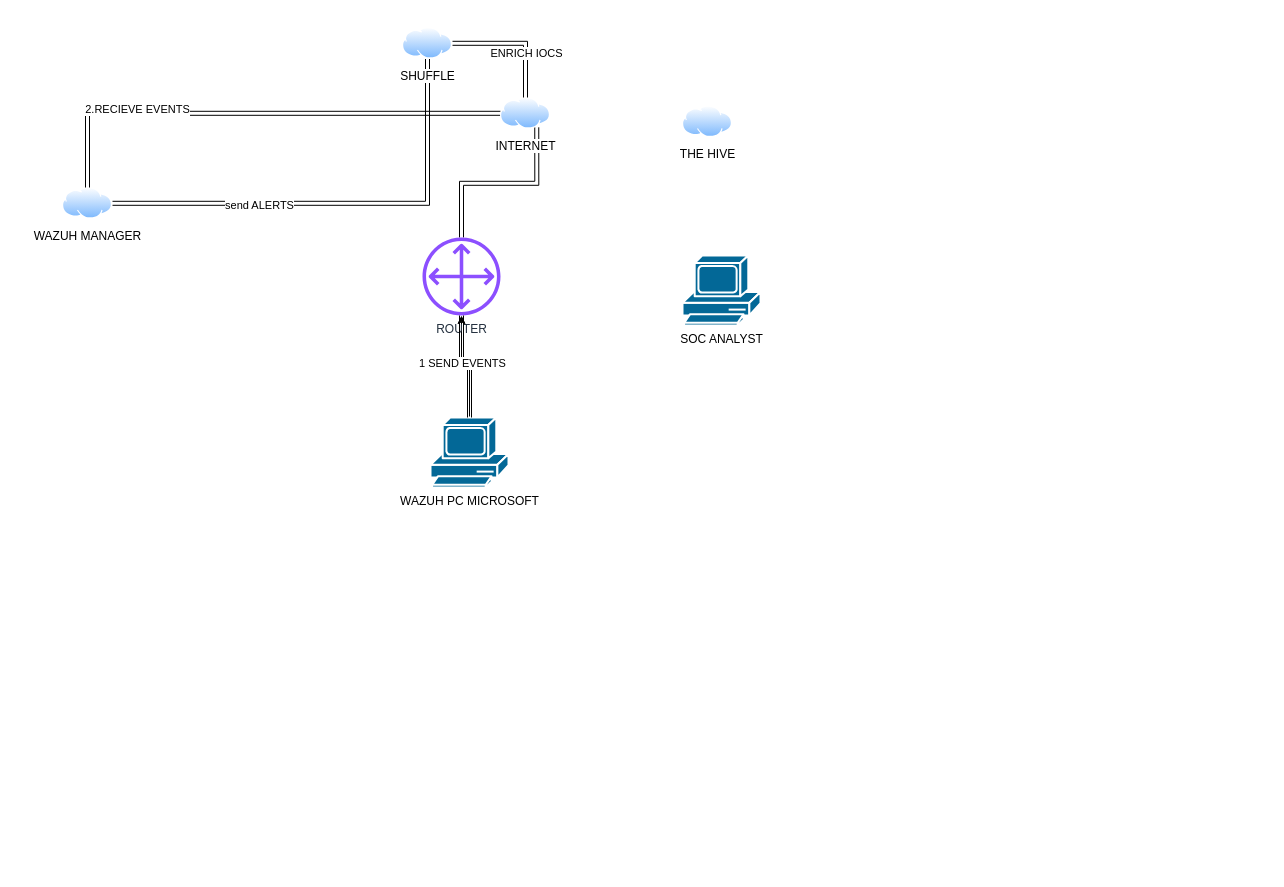
The draw.io diagram HOMELAB.drawio in Seniorcaptain/Detection-lab, before the edit. Source tidied: cells renumbered, new cells numbered last; positions are measured from the earlier drawing's top-left corner, leaving out a move shared by most shapes. Both pictures are drawn from the tidied source at 100%, with x=0, y=0 at pixel (62, 27).
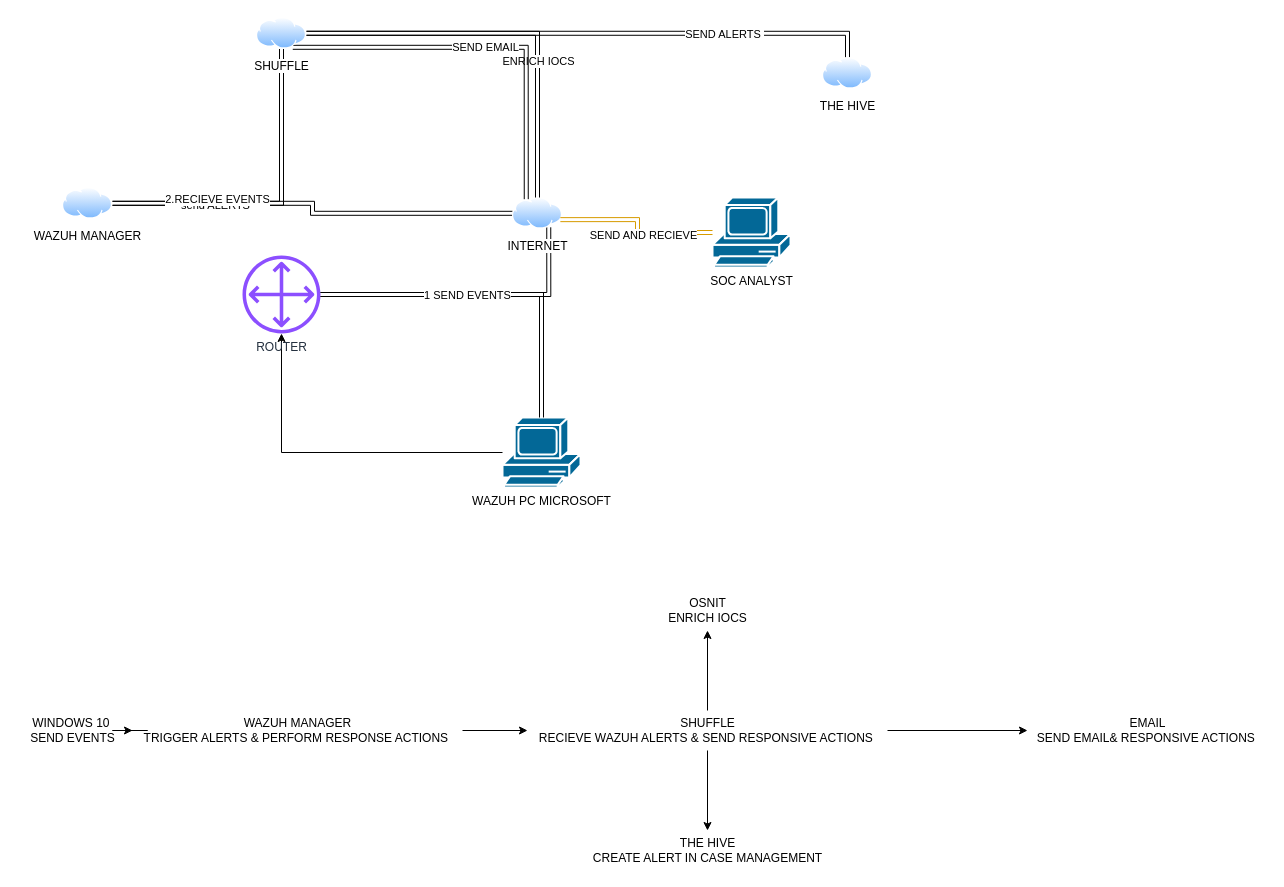
Above is the later version.

The change refers to these unchanged cells:
```xml
<mxCell id="8" value="WAZUH MANAGER" style="image;perimeter=ellipsePerimeter;html=1;align=center;shadow=0;dashed=0;spacingTop=3;image=img/lib/active_directory/internet_cloud.svg;" parent="1" vertex="1">
  <mxGeometry y="160" width="50" height="31.5" as="geometry" />
</mxCell>
```

Diff of the diagram source:
```diff
@@
     <mxCell id="3" value="WAZUH PC MICROSOFT&lt;div&gt;&lt;br&gt;&lt;/div&gt;" style="shape=mxgraph.cisco.computers_and_peripherals.pc;html=1;dashed=0;fillColor=#036897;strokeColor=#ffffff;strokeWidth=2;verticalLabelPosition=bottom;verticalAlign=top;align=center;outlineConnect=0;" parent="1" vertex="1">
-      <mxGeometry x="368" y="390" width="78" height="70" as="geometry" />
+      <mxGeometry x="440" y="390" width="78" height="70" as="geometry" />
     </mxCell>
@@
     <mxCell id="5" value="ROUTER" style="sketch=0;outlineConnect=0;fontColor=#232F3E;gradientColor=none;fillColor=#8C4FFF;strokeColor=none;dashed=0;verticalLabelPosition=bottom;verticalAlign=top;align=center;html=1;fontSize=12;fontStyle=0;shape=mxgraph.aws4.customer_gateway;" parent="1" vertex="1">
-      <mxGeometry x="360" y="210" width="78" height="78" as="geometry" />
+      <mxGeometry x="180" y="228" width="78" height="78" as="geometry" />
     </mxCell>
-    <mxCell id="6" style="edgeStyle=orthogonalEdgeStyle;rounded=0;jettySize=auto;html=1;shape=link;" parent="1" edge="1" source="8" target="14">
+    <mxCell id="6" style="edgeStyle=orthogonalEdgeStyle;rounded=0;jettySize=auto;html=1;shape=link;entryX=0.5;entryY=1;entryDx=0;entryDy=0;" parent="1" edge="1" source="8" target="14">
       <mxGeometry relative="1" as="geometry" />
     </mxCell>
@@
     <mxCell id="11" value="INTERNET" style="image;perimeter=ellipsePerimeter;html=1;align=center;shadow=0;dashed=0;spacingTop=3;image=img/lib/active_directory/internet_cloud.svg;" parent="1" vertex="1">
-      <mxGeometry x="438" y="70" width="50" height="31.5" as="geometry" />
+      <mxGeometry x="450" y="170" width="50" height="31.5" as="geometry" />
     </mxCell>
@@
+    <mxCell id="19" style="edgeStyle=orthogonalEdgeStyle;rounded=0;jettySize=auto;html=1;exitX=1;exitY=0.5;exitDx=0;exitDy=0;shape=link;" parent="1" edge="1" source="14" target="15">
+      <mxGeometry relative="1" as="geometry" />
+    </mxCell>
+    <mxCell id="20" value="SEND ALERTS&amp;nbsp;" style="edgeLabel;html=1;align=center;verticalAlign=middle;" parent="19" vertex="1">
+      <mxGeometry x="0.48" y="-1" relative="1" as="geometry" />
+    </mxCell>
+    <mxCell id="21" value="SEND EMAIL" style="edgeStyle=orthogonalEdgeStyle;rounded=0;jettySize=auto;html=1;exitX=0.75;exitY=1;exitDx=0;exitDy=0;entryX=0.25;entryY=0;entryDx=0;entryDy=0;shape=link;" parent="1" edge="1" source="14" target="11">
+      <mxGeometry relative="1" as="geometry" />
+    </mxCell>
     <mxCell id="14" value="SHUFFLE" style="image;perimeter=ellipsePerimeter;html=1;align=center;shadow=0;dashed=0;spacingTop=3;image=img/lib/active_directory/internet_cloud.svg;" parent="1" vertex="1">
-      <mxGeometry x="340" width="50" height="31.5" as="geometry" />
+      <mxGeometry x="194" y="-10" width="50" height="31.5" as="geometry" />
     </mxCell>
     <mxCell id="15" value="THE HIVE" style="image;perimeter=ellipsePerimeter;html=1;align=center;shadow=0;dashed=0;spacingTop=3;image=img/lib/active_directory/internet_cloud.svg;" parent="1" vertex="1">
-      <mxGeometry x="620" y="78.5" width="50" height="31.5" as="geometry" />
+      <mxGeometry x="760" y="30" width="50" height="31.5" as="geometry" />
     </mxCell>
+    <mxCell id="22" style="edgeStyle=orthogonalEdgeStyle;rounded=0;jettySize=auto;html=1;entryX=1;entryY=0.75;entryDx=0;entryDy=0;shape=link;fillColor=#ffe6cc;strokeColor=#d79b00;" parent="1" edge="1" source="16" target="11">
+      <mxGeometry relative="1" as="geometry" />
+    </mxCell>
+    <mxCell id="23" value="SEND AND RECIEVE" style="edgeLabel;html=1;align=center;verticalAlign=middle;" parent="22" vertex="1">
+      <mxGeometry x="-0.15" y="2" relative="1" as="geometry" />
+    </mxCell>
     <mxCell id="16" value="&lt;div&gt;SOC ANALYST&lt;/div&gt;" style="shape=mxgraph.cisco.computers_and_peripherals.pc;html=1;dashed=0;fillColor=#036897;strokeColor=#ffffff;strokeWidth=2;verticalLabelPosition=bottom;verticalAlign=top;align=center;outlineConnect=0;" parent="1" vertex="1">
-      <mxGeometry x="620" y="228" width="78" height="70" as="geometry" />
+      <mxGeometry x="650" y="170" width="78" height="70" as="geometry" />
     </mxCell>
@@
+    <mxCell id="24" style="edgeStyle=orthogonalEdgeStyle;rounded=0;jettySize=auto;html=1;" parent="1" edge="1" source="25" target="27">
+      <mxGeometry relative="1" as="geometry" />
+    </mxCell>
+    <mxCell id="25" value="WINDOWS 10&amp;nbsp;&lt;div&gt;SEND EVENTS&lt;/div&gt;" style="text;html=1;align=center;verticalAlign=middle;points=[];strokeColor=none;fillColor=none;" parent="1" vertex="1">
+      <mxGeometry x="-45" y="683" width="110" height="40" as="geometry" />
+    </mxCell>
+    <mxCell id="26" style="edgeStyle=orthogonalEdgeStyle;rounded=0;jettySize=auto;html=1;" parent="1" edge="1" source="27" target="31">
+      <mxGeometry relative="1" as="geometry" />
+    </mxCell>
+    <mxCell id="27" value="WAZUH MANAGER&lt;br&gt;TRIGGER ALERTS &amp;amp; PERFORM RESPONSE ACTIONS&amp;nbsp;" style="text;html=1;align=center;verticalAlign=middle;points=[];strokeColor=none;fillColor=none;" parent="1" vertex="1">
+      <mxGeometry x="70" y="683" width="330" height="40" as="geometry" />
+    </mxCell>
+    <mxCell id="28" style="edgeStyle=orthogonalEdgeStyle;rounded=0;jettySize=auto;html=1;" parent="1" edge="1" source="31" target="32">
+      <mxGeometry relative="1" as="geometry" />
+    </mxCell>
+    <mxCell id="29" style="edgeStyle=orthogonalEdgeStyle;rounded=0;jettySize=auto;html=1;" parent="1" edge="1" source="31" target="33">
+      <mxGeometry relative="1" as="geometry" />
+    </mxCell>
+    <mxCell id="30" style="edgeStyle=orthogonalEdgeStyle;rounded=0;jettySize=auto;html=1;" parent="1" edge="1" source="31" target="34">
+      <mxGeometry relative="1" as="geometry" />
+    </mxCell>
+    <mxCell id="31" value="SHUFFLE&lt;div&gt;RECIEVE WAZUH ALERTS &amp;amp; SEND RESPONSIVE ACTIONS&amp;nbsp;&lt;/div&gt;" style="text;html=1;align=center;verticalAlign=middle;points=[];strokeColor=none;fillColor=none;" parent="1" vertex="1">
+      <mxGeometry x="465" y="683" width="360" height="40" as="geometry" />
+    </mxCell>
+    <mxCell id="32" value="OSNIT&lt;br&gt;ENRICH IOCS" style="text;html=1;align=center;verticalAlign=middle;points=[];strokeColor=none;fillColor=none;" parent="1" vertex="1">
+      <mxGeometry x="595" y="563" width="100" height="40" as="geometry" />
+    </mxCell>
+    <mxCell id="33" value="THE HIVE&lt;div&gt;CREATE ALERT IN CASE MANAGEMENT&lt;/div&gt;" style="text;html=1;align=center;verticalAlign=middle;points=[];strokeColor=none;fillColor=none;" parent="1" vertex="1">
+      <mxGeometry x="520" y="803" width="250" height="40" as="geometry" />
+    </mxCell>
+    <mxCell id="34" value="EMAIL&lt;br&gt;SEND EMAIL&amp;amp; RESPONSIVE ACTIONS&amp;nbsp;" style="text;html=1;align=center;verticalAlign=middle;points=[];strokeColor=none;fillColor=none;" parent="1" vertex="1">
+      <mxGeometry x="965" y="683" width="240" height="40" as="geometry" />
+    </mxCell>
```
